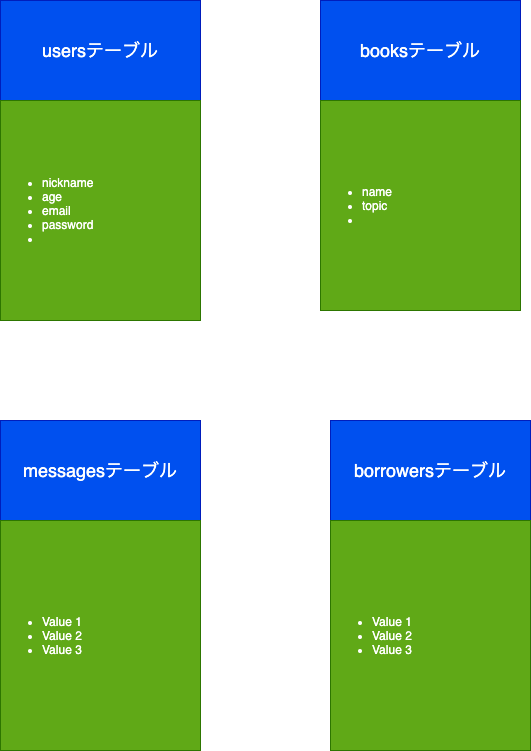
The draw.io diagram world_book_shelf.drawio.png in Masahiro913/world_book_shelf, before a commit. Source tidied: cells renumbered, new cells last; positions are measured from the earlier drawing's top-left corner, leaving out a move shared by most shapes. Its diagram source:
```xml
<mxGraphModel>
  <root>
    <mxCell id="0" />
    <mxCell id="1" parent="0" />
    <mxCell id="2" value="&lt;span style=&quot;font-size: 18px&quot;&gt;usersテーブル&lt;/span&gt;" style="rounded=0;whiteSpace=wrap;html=1;fillColor=#0050ef;strokeColor=#001DBC;fontColor=#ffffff;" parent="1" vertex="1">
      <mxGeometry width="200" height="100" as="geometry" />
    </mxCell>
    <mxCell id="3" value="&lt;span style=&quot;font-size: 18px&quot;&gt;booksテーブル&lt;/span&gt;" style="rounded=0;whiteSpace=wrap;html=1;fillColor=#0050ef;strokeColor=#001DBC;fontColor=#ffffff;" parent="1" vertex="1">
      <mxGeometry x="320" width="200" height="100" as="geometry" />
    </mxCell>
    <mxCell id="4" value="&lt;span style=&quot;font-size: 18px&quot;&gt;messagesテーブル&lt;/span&gt;" style="rounded=0;whiteSpace=wrap;html=1;fillColor=#0050ef;strokeColor=#001DBC;fontColor=#ffffff;" parent="1" vertex="1">
      <mxGeometry y="420" width="200" height="100" as="geometry" />
    </mxCell>
    <mxCell id="5" value="&lt;span style=&quot;font-size: 18px&quot;&gt;borrowersテーブル&lt;/span&gt;" style="rounded=0;whiteSpace=wrap;html=1;fillColor=#0050ef;strokeColor=#001DBC;fontColor=#ffffff;" parent="1" vertex="1">
      <mxGeometry x="330" y="420" width="200" height="100" as="geometry" />
    </mxCell>
    <mxCell id="6" value="&lt;ul&gt;&lt;li&gt;nickname&lt;/li&gt;&lt;li&gt;age&lt;/li&gt;&lt;li&gt;email&lt;/li&gt;&lt;li&gt;password&lt;/li&gt;&lt;li&gt;&lt;br&gt;&lt;/li&gt;&lt;/ul&gt;" style="text;html=1;whiteSpace=wrap;verticalAlign=middle;overflow=hidden;fillColor=#60a917;strokeColor=#2D7600;fontColor=#ffffff;" parent="1" vertex="1">
      <mxGeometry y="100" width="200" height="220" as="geometry" />
    </mxCell>
    <mxCell id="7" value="&lt;ul&gt;&lt;li&gt;Value 1&lt;/li&gt;&lt;li&gt;Value 2&lt;/li&gt;&lt;li&gt;Value 3&lt;/li&gt;&lt;/ul&gt;" style="text;strokeColor=#2D7600;fillColor=#60a917;html=1;whiteSpace=wrap;verticalAlign=middle;overflow=hidden;fontColor=#ffffff;" parent="1" vertex="1">
      <mxGeometry y="520" width="200" height="230" as="geometry" />
    </mxCell>
    <mxCell id="8" value="&lt;ul&gt;&lt;li&gt;name&lt;/li&gt;&lt;li&gt;topic&lt;/li&gt;&lt;li&gt;&lt;br&gt;&lt;/li&gt;&lt;/ul&gt;" style="text;strokeColor=#2D7600;fillColor=#60a917;html=1;whiteSpace=wrap;verticalAlign=middle;overflow=hidden;fontColor=#ffffff;" parent="1" vertex="1">
      <mxGeometry x="320" y="100" width="200" height="210" as="geometry" />
    </mxCell>
    <mxCell id="9" value="&lt;ul&gt;&lt;li&gt;Value 1&lt;/li&gt;&lt;li&gt;Value 2&lt;/li&gt;&lt;li&gt;Value 3&lt;/li&gt;&lt;/ul&gt;" style="text;strokeColor=#2D7600;fillColor=#60a917;html=1;whiteSpace=wrap;verticalAlign=middle;overflow=hidden;fontColor=#ffffff;" parent="1" vertex="1">
      <mxGeometry x="330" y="520" width="200" height="230" as="geometry" />
    </mxCell>
  </root>
</mxGraphModel>
```
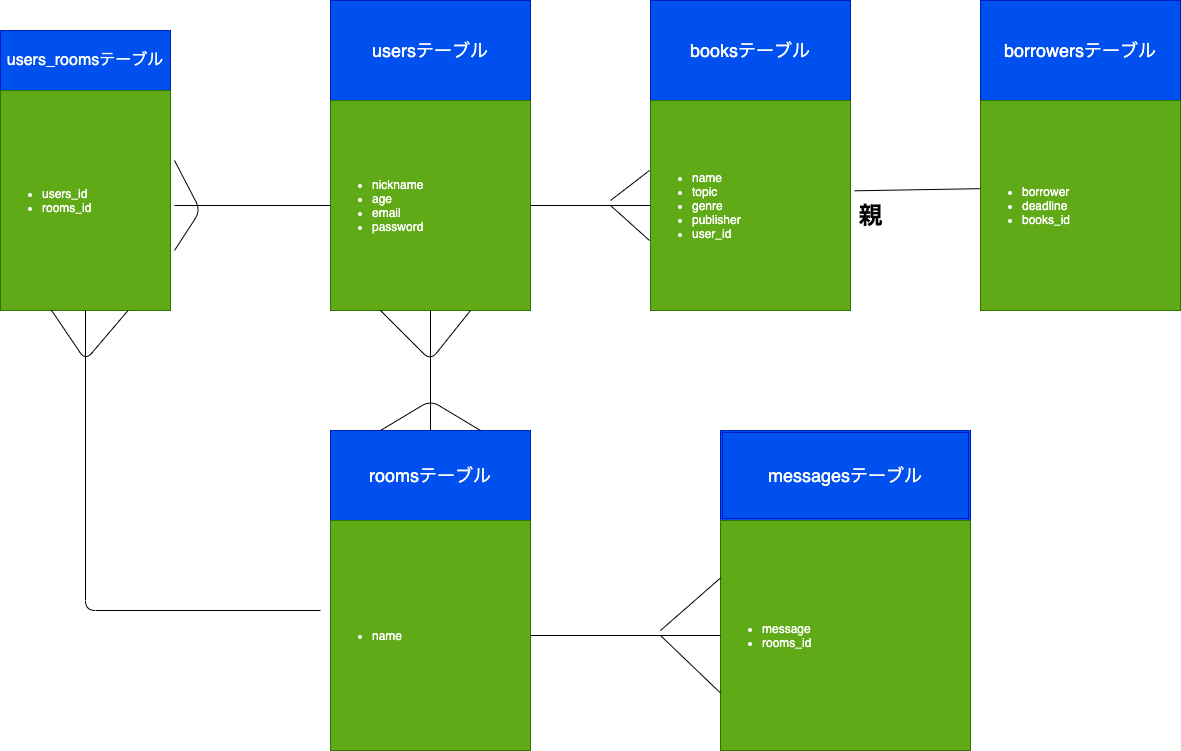
Later version of the same file.

Commit message:
テーブル設計

What changed in the source:
```diff
@@ -8,23 +8,116 @@
     <mxCell id="3" value="&lt;span style=&quot;font-size: 18px&quot;&gt;booksテーブル&lt;/span&gt;" style="rounded=0;whiteSpace=wrap;html=1;fillColor=#0050ef;strokeColor=#001DBC;fontColor=#ffffff;" parent="1" vertex="1">
       <mxGeometry x="320" width="200" height="100" as="geometry" />
     </mxCell>
-    <mxCell id="4" value="&lt;span style=&quot;font-size: 18px&quot;&gt;messagesテーブル&lt;/span&gt;" style="rounded=0;whiteSpace=wrap;html=1;fillColor=#0050ef;strokeColor=#001DBC;fontColor=#ffffff;" parent="1" vertex="1">
-      <mxGeometry y="420" width="200" height="100" as="geometry" />
+    <mxCell id="4" value="&lt;span style=&quot;font-size: 18px&quot;&gt;roomsテーブル&lt;/span&gt;" style="rounded=0;whiteSpace=wrap;html=1;fillColor=#0050ef;strokeColor=#001DBC;fontColor=#ffffff;" parent="1" vertex="1">
+      <mxGeometry y="430" width="200" height="90" as="geometry" />
     </mxCell>
     <mxCell id="5" value="&lt;span style=&quot;font-size: 18px&quot;&gt;borrowersテーブル&lt;/span&gt;" style="rounded=0;whiteSpace=wrap;html=1;fillColor=#0050ef;strokeColor=#001DBC;fontColor=#ffffff;" parent="1" vertex="1">
-      <mxGeometry x="330" y="420" width="200" height="100" as="geometry" />
+      <mxGeometry x="650" width="200" height="100" as="geometry" />
     </mxCell>
-    <mxCell id="6" value="&lt;ul&gt;&lt;li&gt;nickname&lt;/li&gt;&lt;li&gt;age&lt;/li&gt;&lt;li&gt;email&lt;/li&gt;&lt;li&gt;password&lt;/li&gt;&lt;li&gt;&lt;br&gt;&lt;/li&gt;&lt;/ul&gt;" style="text;html=1;whiteSpace=wrap;verticalAlign=middle;overflow=hidden;fillColor=#60a917;strokeColor=#2D7600;fontColor=#ffffff;" parent="1" vertex="1">
-      <mxGeometry y="100" width="200" height="220" as="geometry" />
+    <mxCell id="6" value="&lt;ul&gt;&lt;li&gt;nickname&lt;/li&gt;&lt;li&gt;age&lt;/li&gt;&lt;li&gt;email&lt;/li&gt;&lt;li&gt;password&lt;/li&gt;&lt;/ul&gt;" style="text;html=1;whiteSpace=wrap;verticalAlign=middle;overflow=hidden;fillColor=#60a917;strokeColor=#2D7600;fontColor=#ffffff;" parent="1" vertex="1">
+      <mxGeometry y="100" width="200" height="210" as="geometry" />
     </mxCell>
-    <mxCell id="7" value="&lt;ul&gt;&lt;li&gt;Value 1&lt;/li&gt;&lt;li&gt;Value 2&lt;/li&gt;&lt;li&gt;Value 3&lt;/li&gt;&lt;/ul&gt;" style="text;strokeColor=#2D7600;fillColor=#60a917;html=1;whiteSpace=wrap;verticalAlign=middle;overflow=hidden;fontColor=#ffffff;" parent="1" vertex="1">
+    <mxCell id="7" value="&lt;ul&gt;&lt;li&gt;name&lt;/li&gt;&lt;/ul&gt;" style="text;strokeColor=#2D7600;fillColor=#60a917;html=1;whiteSpace=wrap;verticalAlign=middle;overflow=hidden;fontColor=#ffffff;" parent="1" vertex="1">
       <mxGeometry y="520" width="200" height="230" as="geometry" />
     </mxCell>
-    <mxCell id="8" value="&lt;ul&gt;&lt;li&gt;name&lt;/li&gt;&lt;li&gt;topic&lt;/li&gt;&lt;li&gt;&lt;br&gt;&lt;/li&gt;&lt;/ul&gt;" style="text;strokeColor=#2D7600;fillColor=#60a917;html=1;whiteSpace=wrap;verticalAlign=middle;overflow=hidden;fontColor=#ffffff;" parent="1" vertex="1">
+    <mxCell id="8" value="&lt;ul&gt;&lt;li&gt;name&lt;/li&gt;&lt;li&gt;topic&lt;/li&gt;&lt;li&gt;genre&lt;/li&gt;&lt;li&gt;publisher&lt;/li&gt;&lt;li&gt;user_id&lt;/li&gt;&lt;/ul&gt;" style="text;strokeColor=#2D7600;fillColor=#60a917;html=1;whiteSpace=wrap;verticalAlign=middle;overflow=hidden;fontColor=#ffffff;" parent="1" vertex="1">
       <mxGeometry x="320" y="100" width="200" height="210" as="geometry" />
     </mxCell>
-    <mxCell id="9" value="&lt;ul&gt;&lt;li&gt;Value 1&lt;/li&gt;&lt;li&gt;Value 2&lt;/li&gt;&lt;li&gt;Value 3&lt;/li&gt;&lt;/ul&gt;" style="text;strokeColor=#2D7600;fillColor=#60a917;html=1;whiteSpace=wrap;verticalAlign=middle;overflow=hidden;fontColor=#ffffff;" parent="1" vertex="1">
-      <mxGeometry x="330" y="520" width="200" height="230" as="geometry" />
+    <mxCell id="9" value="&lt;ul&gt;&lt;li&gt;borrower&lt;/li&gt;&lt;li&gt;deadline&lt;/li&gt;&lt;li&gt;books_id&lt;/li&gt;&lt;/ul&gt;" style="text;strokeColor=#2D7600;fillColor=#60a917;html=1;whiteSpace=wrap;verticalAlign=middle;overflow=hidden;fontColor=#ffffff;" parent="1" vertex="1">
+      <mxGeometry x="650" y="100" width="200" height="210" as="geometry" />
     </mxCell>
+    <mxCell id="10" value="&lt;font style=&quot;font-size: 18px&quot;&gt;messagesテーブル&lt;/font&gt;" style="shape=ext;double=1;rounded=0;whiteSpace=wrap;html=1;fillColor=#0050ef;strokeColor=#001DBC;fontColor=#ffffff;" parent="1" vertex="1">
+      <mxGeometry x="390" y="430" width="250" height="90" as="geometry" />
+    </mxCell>
+    <mxCell id="11" value="&lt;ul&gt;&lt;li&gt;message&lt;/li&gt;&lt;li&gt;rooms_id&lt;/li&gt;&lt;/ul&gt;" style="text;strokeColor=#2D7600;fillColor=#60a917;html=1;whiteSpace=wrap;verticalAlign=middle;overflow=hidden;fontColor=#ffffff;" parent="1" vertex="1">
+      <mxGeometry x="390" y="520" width="250" height="230" as="geometry" />
+    </mxCell>
+    <mxCell id="12" style="endArrow=none;html=1;entryX=0;entryY=0.5;entryDx=0;entryDy=0;exitX=1;exitY=0.5;exitDx=0;exitDy=0;" parent="1" edge="1" source="6" target="8">
+      <mxGeometry relative="1" as="geometry" />
+    </mxCell>
+    <mxCell id="13" style="endArrow=none;html=1;" parent="1" edge="1">
+      <mxGeometry relative="1" as="geometry">
+        <mxPoint x="280" y="205" as="sourcePoint" />
+        <mxPoint x="319" y="240" as="targetPoint" />
+      </mxGeometry>
+    </mxCell>
+    <mxCell id="14" style="endArrow=none;html=1;" parent="1" edge="1">
+      <mxGeometry relative="1" as="geometry">
+        <mxPoint x="280" y="200" as="sourcePoint" />
+        <mxPoint x="319" y="170" as="targetPoint" />
+      </mxGeometry>
+    </mxCell>
+    <mxCell id="15" style="endArrow=none;html=1;exitX=0.25;exitY=1;exitDx=0;exitDy=0;" parent="1" edge="1" source="6">
+      <mxGeometry relative="1" as="geometry">
+        <mxPoint x="140" y="310" as="targetPoint" />
+        <Array as="points">
+          <mxPoint x="100" y="360" />
+        </Array>
+      </mxGeometry>
+    </mxCell>
+    <mxCell id="16" style="endArrow=none;html=1;entryX=0.5;entryY=1;entryDx=0;entryDy=0;exitX=0.5;exitY=0;exitDx=0;exitDy=0;" parent="1" edge="1" source="4" target="6">
+      <mxGeometry relative="1" as="geometry" />
+    </mxCell>
+    <mxCell id="17" style="endArrow=none;html=1;entryX=-0.004;entryY=0.42;entryDx=0;entryDy=0;entryPerimeter=0;exitX=1.021;exitY=0.43;exitDx=0;exitDy=0;exitPerimeter=0;" parent="1" edge="1" source="8" target="9">
+      <mxGeometry relative="1" as="geometry" />
+    </mxCell>
+    <mxCell id="18" style="endArrow=none;html=1;entryX=0;entryY=0.5;entryDx=0;entryDy=0;" parent="1" edge="1" source="7" target="11">
+      <mxGeometry relative="1" as="geometry" />
+    </mxCell>
+    <mxCell id="19" style="endArrow=none;html=1;exitX=0.25;exitY=0;exitDx=0;exitDy=0;entryX=0.75;entryY=0;entryDx=0;entryDy=0;" parent="1" edge="1" source="4" target="4">
+      <mxGeometry relative="1" as="geometry">
+        <Array as="points">
+          <mxPoint x="100" y="400" />
+        </Array>
+      </mxGeometry>
+    </mxCell>
+    <mxCell id="20" style="endArrow=none;html=1;entryX=0;entryY=0.75;entryDx=0;entryDy=0;" parent="1" edge="1" target="11">
+      <mxGeometry relative="1" as="geometry">
+        <mxPoint x="330" y="635" as="sourcePoint" />
+      </mxGeometry>
+    </mxCell>
+    <mxCell id="21" style="endArrow=none;html=1;entryX=0;entryY=0.25;entryDx=0;entryDy=0;" parent="1" edge="1" target="11">
+      <mxGeometry relative="1" as="geometry">
+        <mxPoint x="330" y="630" as="sourcePoint" />
+      </mxGeometry>
+    </mxCell>
+    <mxCell id="22" value="親" style="text;strokeColor=none;fillColor=none;html=1;fontSize=24;fontStyle=1;verticalAlign=middle;align=center;" parent="1" vertex="1">
+      <mxGeometry x="520" y="200" width="40" height="30" as="geometry" />
+    </mxCell>
+    <mxCell id="23" value="&lt;font size=&quot;3&quot;&gt;users_roomsテーブル&lt;/font&gt;" style="rounded=0;whiteSpace=wrap;html=1;fillColor=#0050ef;strokeColor=#001DBC;fontColor=#ffffff;" parent="1" vertex="1">
+      <mxGeometry x="-330" y="30" width="170" height="60" as="geometry" />
+    </mxCell>
+    <mxCell id="24" value="&lt;ul&gt;&lt;li&gt;users_id&lt;/li&gt;&lt;li&gt;rooms_id&lt;/li&gt;&lt;/ul&gt;" style="text;strokeColor=#2D7600;fillColor=#60a917;html=1;whiteSpace=wrap;verticalAlign=middle;overflow=hidden;fontColor=#ffffff;" parent="1" vertex="1">
+      <mxGeometry x="-330" y="90" width="170" height="220" as="geometry" />
+    </mxCell>
+    <mxCell id="25" style="endArrow=none;html=1;entryX=0;entryY=0.5;entryDx=0;entryDy=0;" parent="1" edge="1" target="6">
+      <mxGeometry relative="1" as="geometry">
+        <mxPoint x="-156" y="205" as="sourcePoint" />
+      </mxGeometry>
+    </mxCell>
+    <mxCell id="26" style="endArrow=none;html=1;" parent="1" edge="1">
+      <mxGeometry relative="1" as="geometry">
+        <mxPoint x="-156" y="160" as="sourcePoint" />
+        <mxPoint x="-156" y="250" as="targetPoint" />
+        <Array as="points">
+          <mxPoint x="-130" y="210" />
+        </Array>
+      </mxGeometry>
+    </mxCell>
+    <mxCell id="27" style="endArrow=none;html=1;exitX=0.5;exitY=1;exitDx=0;exitDy=0;" parent="1" edge="1" source="24">
+      <mxGeometry relative="1" as="geometry">
+        <mxPoint x="-10" y="610" as="targetPoint" />
+        <Array as="points">
+          <mxPoint x="-245" y="610" />
+        </Array>
+      </mxGeometry>
+    </mxCell>
+    <mxCell id="28" style="endArrow=none;html=1;entryX=0.75;entryY=1;entryDx=0;entryDy=0;exitX=0.299;exitY=0.998;exitDx=0;exitDy=0;exitPerimeter=0;" parent="1" edge="1" source="24" target="24">
+      <mxGeometry relative="1" as="geometry">
+        <Array as="points">
+          <mxPoint x="-245" y="360" />
+        </Array>
+      </mxGeometry>
+    </mxCell>
   </root>
 </mxGraphModel>
```
